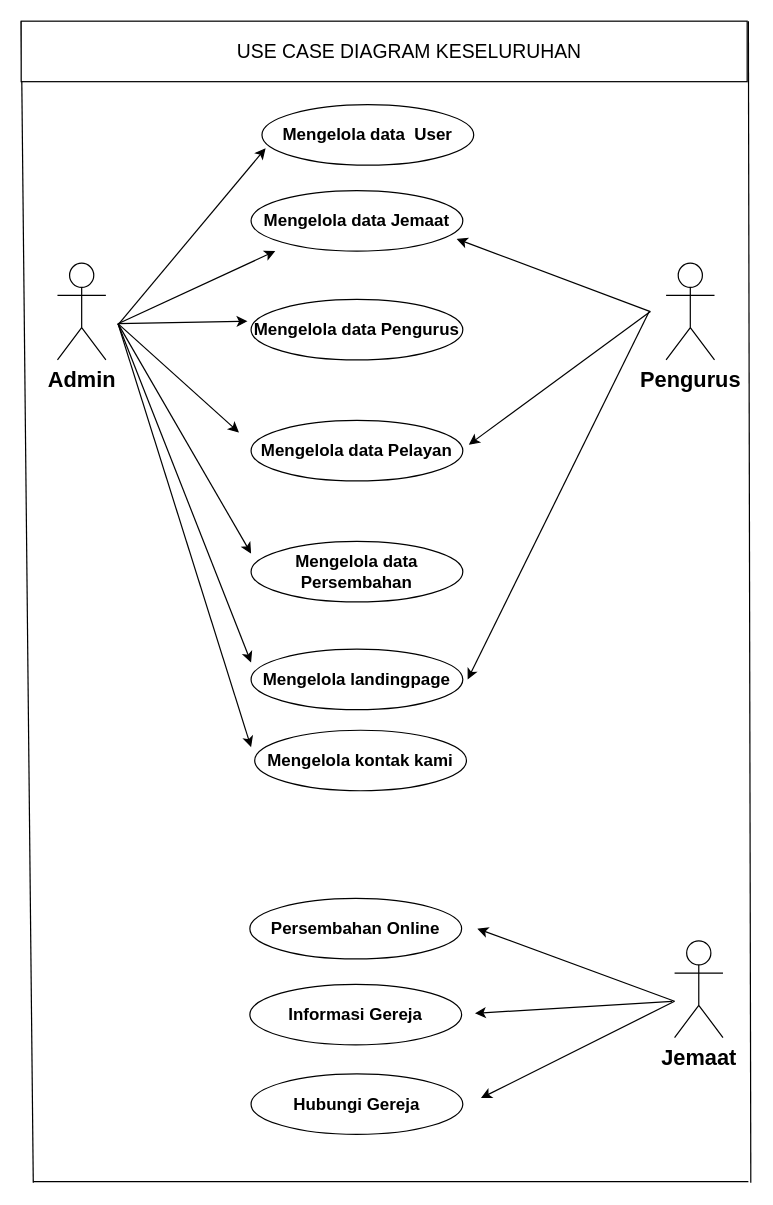
Before: page "Page-2" (2 of 6) of Diagram Tanpa Judul.drawio in alhidayah-projects/.github, a draw.io diagram. Source tidied: cells renumbered, new cells numbered last; positions are measured from the earlier drawing's top-left corner, leaving out a move shared by most shapes. Both pictures are drawn from the tidied source at 121%, with x=0, y=0 at pixel (21, 21).
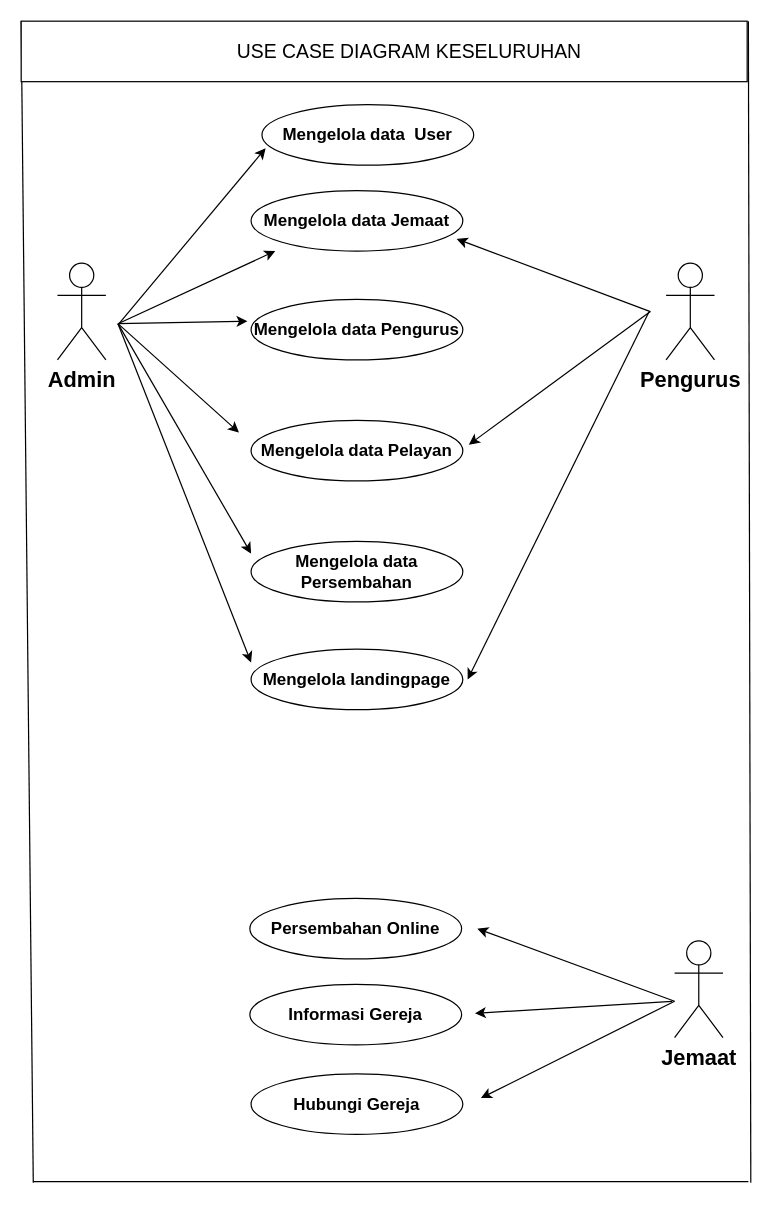
After the change.

Diff of the diagram source:
```diff
@@
-    <mxCell id="26" value="&lt;b&gt;&lt;font style=&quot;font-size: 14px;&quot;&gt;Mengelola kontak kami&lt;/font&gt;&lt;/b&gt;" style="ellipse;whiteSpace=wrap;html=1;" parent="1" vertex="1">
-      <mxGeometry x="193" y="586" width="175" height="50" as="geometry" />
-    </mxCell>
-    <mxCell id="27" style="endArrow=classic;html=1;rounded=0;entryX=0;entryY=0.2;entryDx=0;entryDy=0;entryPerimeter=0;" parent="1" edge="1">
-      <mxGeometry relative="1" as="geometry">
-        <mxPoint x="80" y="250" as="sourcePoint" />
-        <mxPoint x="190" y="600" as="targetPoint" />
-      </mxGeometry>
-    </mxCell>
```
